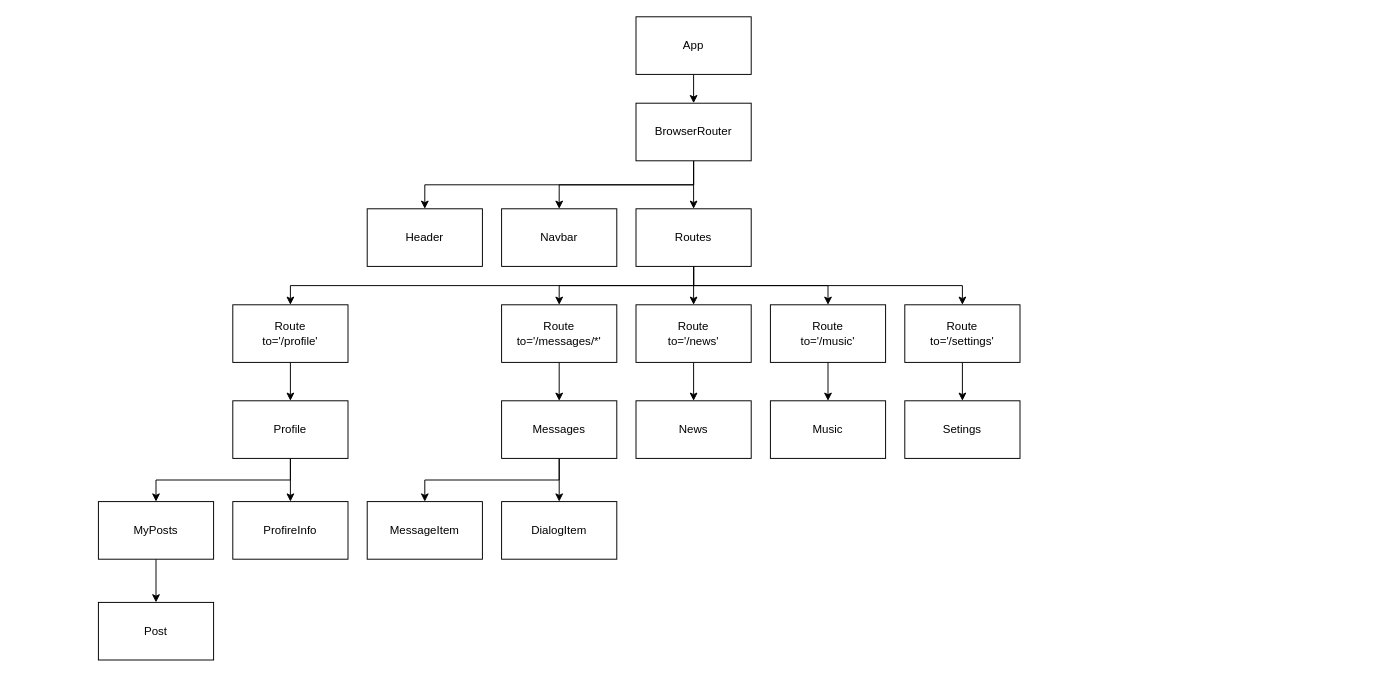
The draw.io diagram Диаграмма без названия.drawio in TMWAG/react_study, before the edit. Source tidied: cells renumbered, new cells numbered last; positions are measured from the earlier drawing's top-left corner, leaving out a move shared by most shapes. Both pictures are drawn from the tidied source at 96%, with x=0, y=0 at pixel (98, 16).
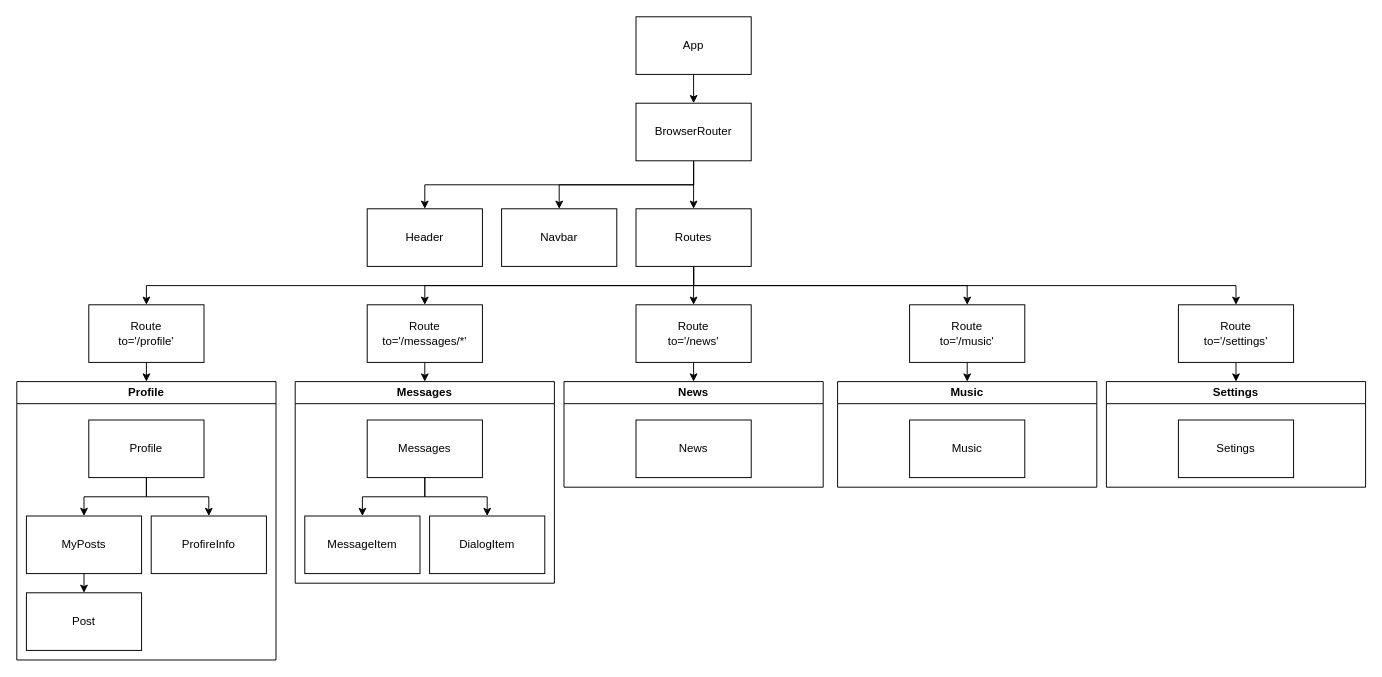
The same diagram, later.

The change refers to these unchanged cells:
```xml
<mxCell id="21" value="&lt;div&gt;Route&lt;/div&gt;&lt;div&gt;to='/news'&lt;br&gt;&lt;/div&gt;" style="rounded=0;whiteSpace=wrap;html=1;" parent="1" vertex="1">
  <mxGeometry x="560" y="300" width="120" height="60" as="geometry" />
</mxCell>
```

Change to the diagram source:
```diff
@@
-    <mxCell id="10" style="edgeStyle=orthogonalEdgeStyle;rounded=0;jettySize=auto;html=1;exitX=0.5;exitY=1;exitDx=0;exitDy=0;entryX=0.5;entryY=0;entryDx=0;entryDy=0;" parent="1" edge="1" source="11" target="28">
-      <mxGeometry relative="1" as="geometry" />
-    </mxCell>
-    <mxCell id="11" value="&lt;div&gt;Route&lt;/div&gt;&lt;div&gt;to='/profile'&lt;br&gt;&lt;/div&gt;" style="rounded=0;whiteSpace=wrap;html=1;" parent="1" vertex="1">
-      <mxGeometry x="140" y="300" width="120" height="60" as="geometry" />
-    </mxCell>
-    <mxCell id="12" style="edgeStyle=orthogonalEdgeStyle;rounded=0;jettySize=auto;html=1;exitX=0.5;exitY=1;exitDx=0;exitDy=0;entryX=0.5;entryY=0;entryDx=0;entryDy=0;" parent="1" edge="1" source="13" target="35">
+    <mxCell id="12" style="edgeStyle=orthogonalEdgeStyle;rounded=0;jettySize=auto;html=1;exitX=0.5;exitY=1;exitDx=0;exitDy=0;entryX=0.5;entryY=0;entryDx=0;entryDy=0;" parent="1" edge="1" source="13" target="42">
       <mxGeometry relative="1" as="geometry" />
     </mxCell>
     <mxCell id="13" value="&lt;div&gt;Route&lt;/div&gt;&lt;div&gt;to='/messages/*'&lt;br&gt;&lt;/div&gt;" style="rounded=0;whiteSpace=wrap;html=1;" parent="1" vertex="1">
-      <mxGeometry x="420" y="300" width="120" height="60" as="geometry" />
+      <mxGeometry x="280" y="300" width="120" height="60" as="geometry" />
     </mxCell>
@@
-    <mxCell id="20" style="edgeStyle=orthogonalEdgeStyle;rounded=0;jettySize=auto;html=1;exitX=0.5;exitY=1;exitDx=0;exitDy=0;" parent="1" edge="1" source="21" target="38">
+    <mxCell id="20" style="edgeStyle=orthogonalEdgeStyle;rounded=0;jettySize=auto;html=1;exitX=0.5;exitY=1;exitDx=0;exitDy=0;entryX=0.5;entryY=0;entryDx=0;entryDy=0;" parent="1" edge="1" source="21" target="43">
       <mxGeometry relative="1" as="geometry" />
     </mxCell>
@@
-    <mxCell id="22" style="edgeStyle=orthogonalEdgeStyle;rounded=0;jettySize=auto;html=1;exitX=0.5;exitY=1;exitDx=0;exitDy=0;entryX=0.5;entryY=0;entryDx=0;entryDy=0;" parent="1" edge="1" source="23" target="39">
+    <mxCell id="22" style="edgeStyle=orthogonalEdgeStyle;rounded=0;jettySize=auto;html=1;exitX=0.5;exitY=1;exitDx=0;exitDy=0;entryX=0.5;entryY=0;entryDx=0;entryDy=0;" parent="1" edge="1" source="23" target="45">
       <mxGeometry relative="1" as="geometry" />
     </mxCell>
     <mxCell id="23" value="&lt;div&gt;Route&lt;/div&gt;&lt;div&gt;to='/music'&lt;br&gt;&lt;/div&gt;" style="rounded=0;whiteSpace=wrap;html=1;" parent="1" vertex="1">
-      <mxGeometry x="700" y="300" width="120" height="60" as="geometry" />
+      <mxGeometry x="845" y="300" width="120" height="60" as="geometry" />
     </mxCell>
-    <mxCell id="24" style="edgeStyle=orthogonalEdgeStyle;rounded=0;jettySize=auto;html=1;exitX=0.5;exitY=1;exitDx=0;exitDy=0;entryX=0.5;entryY=0;entryDx=0;entryDy=0;" parent="1" edge="1" source="25" target="40">
+    <mxCell id="24" style="edgeStyle=orthogonalEdgeStyle;rounded=0;jettySize=auto;html=1;exitX=0.5;exitY=1;exitDx=0;exitDy=0;entryX=0.5;entryY=0;entryDx=0;entryDy=0;" parent="1" edge="1" source="25" target="44">
       <mxGeometry relative="1" as="geometry" />
     </mxCell>
     <mxCell id="25" value="&lt;div&gt;Route&lt;/div&gt;&lt;div&gt;to='/settings'&lt;br&gt;&lt;/div&gt;" style="rounded=0;whiteSpace=wrap;html=1;" parent="1" vertex="1">
-      <mxGeometry x="840" y="300" width="120" height="60" as="geometry" />
+      <mxGeometry x="1125" y="300" width="120" height="60" as="geometry" />
     </mxCell>
-    <mxCell id="26" style="edgeStyle=orthogonalEdgeStyle;rounded=0;jettySize=auto;html=1;exitX=0.5;exitY=1;exitDx=0;exitDy=0;entryX=0.5;entryY=0;entryDx=0;entryDy=0;" parent="1" edge="1" source="28" target="29">
-      <mxGeometry relative="1" as="geometry" />
-    </mxCell>
-    <mxCell id="27" style="edgeStyle=orthogonalEdgeStyle;rounded=0;jettySize=auto;html=1;exitX=0.5;exitY=1;exitDx=0;exitDy=0;entryX=0.5;entryY=0;entryDx=0;entryDy=0;" parent="1" edge="1" source="28" target="31">
-      <mxGeometry relative="1" as="geometry" />
-    </mxCell>
+    <mxCell id="41" value="Profile" style="swimlane;whiteSpace=wrap;html=1;" parent="1" vertex="1">
+      <mxGeometry x="-85" y="380" width="270" height="290" as="geometry" />
+    </mxCell>
-    <mxCell id="28" value="Profile" style="rounded=0;whiteSpace=wrap;html=1;" parent="1" vertex="1">
-      <mxGeometry x="140" y="400" width="120" height="60" as="geometry" />
+    <mxCell id="28" value="Profile" style="rounded=0;whiteSpace=wrap;html=1;" parent="41" vertex="1">
+      <mxGeometry x="75" y="40" width="120" height="60" as="geometry" />
     </mxCell>
-    <mxCell id="29" value="ProfireInfo" style="rounded=0;whiteSpace=wrap;html=1;" parent="1" vertex="1">
-      <mxGeometry x="140" y="505" width="120" height="60" as="geometry" />
+    <mxCell id="29" value="ProfireInfo" style="rounded=0;whiteSpace=wrap;html=1;" parent="41" vertex="1">
+      <mxGeometry x="140" y="140" width="120" height="60" as="geometry" />
     </mxCell>
+    <mxCell id="26" style="edgeStyle=orthogonalEdgeStyle;rounded=0;jettySize=auto;html=1;exitX=0.5;exitY=1;exitDx=0;exitDy=0;entryX=0.5;entryY=0;entryDx=0;entryDy=0;" parent="41" edge="1" source="28" target="29">
+      <mxGeometry relative="1" as="geometry" />
+    </mxCell>
+    <mxCell id="31" value="MyPosts" style="rounded=0;whiteSpace=wrap;html=1;" parent="41" vertex="1">
+      <mxGeometry x="10" y="140" width="120" height="60" as="geometry" />
+    </mxCell>
+    <mxCell id="27" style="edgeStyle=orthogonalEdgeStyle;rounded=0;jettySize=auto;html=1;exitX=0.5;exitY=1;exitDx=0;exitDy=0;entryX=0.5;entryY=0;entryDx=0;entryDy=0;" parent="41" edge="1" source="28" target="31">
+      <mxGeometry relative="1" as="geometry" />
+    </mxCell>
+    <mxCell id="32" value="Post" style="rounded=0;whiteSpace=wrap;html=1;" parent="41" vertex="1">
+      <mxGeometry x="10" y="220" width="120" height="60" as="geometry" />
+    </mxCell>
-    <mxCell id="30" style="edgeStyle=orthogonalEdgeStyle;rounded=0;jettySize=auto;html=1;exitX=0.5;exitY=1;exitDx=0;exitDy=0;entryX=0.5;entryY=0;entryDx=0;entryDy=0;" parent="1" edge="1" source="31" target="32">
+    <mxCell id="30" style="edgeStyle=orthogonalEdgeStyle;rounded=0;jettySize=auto;html=1;exitX=0.5;exitY=1;exitDx=0;exitDy=0;entryX=0.5;entryY=0;entryDx=0;entryDy=0;" parent="41" edge="1" source="31" target="32">
       <mxGeometry relative="1" as="geometry" />
     </mxCell>
-    <mxCell id="31" value="MyPosts" style="rounded=0;whiteSpace=wrap;html=1;" parent="1" vertex="1">
-      <mxGeometry y="505" width="120" height="60" as="geometry" />
-    </mxCell>
-    <mxCell id="32" value="Post" style="rounded=0;whiteSpace=wrap;html=1;" parent="1" vertex="1">
-      <mxGeometry y="610" width="120" height="60" as="geometry" />
-    </mxCell>
+    <mxCell id="11" value="&lt;div&gt;Route&lt;/div&gt;&lt;div&gt;to='/profile'&lt;br&gt;&lt;/div&gt;" style="rounded=0;whiteSpace=wrap;html=1;" parent="1" vertex="1">
+      <mxGeometry x="-10" y="300" width="120" height="60" as="geometry" />
+    </mxCell>
+    <mxCell id="10" style="edgeStyle=orthogonalEdgeStyle;rounded=0;jettySize=auto;html=1;exitX=0.5;exitY=1;exitDx=0;exitDy=0;entryX=0.5;entryY=0;entryDx=0;entryDy=0;" parent="1" edge="1" source="11" target="41">
+      <mxGeometry relative="1" as="geometry" />
+    </mxCell>
+    <mxCell id="42" value="Messages" style="swimlane;whiteSpace=wrap;html=1;startSize=23;" parent="1" vertex="1">
+      <mxGeometry x="205" y="380" width="270" height="210" as="geometry" />
+    </mxCell>
+    <mxCell id="35" value="Messages" style="rounded=0;whiteSpace=wrap;html=1;" parent="42" vertex="1">
+      <mxGeometry x="75" y="40" width="120" height="60" as="geometry" />
+    </mxCell>
+    <mxCell id="37" value="MessageItem" style="rounded=0;whiteSpace=wrap;html=1;" parent="42" vertex="1">
+      <mxGeometry x="10" y="140" width="120" height="60" as="geometry" />
+    </mxCell>
+    <mxCell id="34" style="edgeStyle=orthogonalEdgeStyle;rounded=0;jettySize=auto;html=1;exitX=0.5;exitY=1;exitDx=0;exitDy=0;entryX=0.5;entryY=0;entryDx=0;entryDy=0;" parent="42" edge="1" source="35" target="37">
+      <mxGeometry relative="1" as="geometry" />
+    </mxCell>
+    <mxCell id="36" value="DialogItem" style="rounded=0;whiteSpace=wrap;html=1;" parent="42" vertex="1">
+      <mxGeometry x="140" y="140" width="120" height="60" as="geometry" />
+    </mxCell>
-    <mxCell id="33" style="edgeStyle=orthogonalEdgeStyle;rounded=0;jettySize=auto;html=1;exitX=0.5;exitY=1;exitDx=0;exitDy=0;entryX=0.5;entryY=0;entryDx=0;entryDy=0;" parent="1" edge="1" source="35" target="36">
+    <mxCell id="33" style="edgeStyle=orthogonalEdgeStyle;rounded=0;jettySize=auto;html=1;exitX=0.5;exitY=1;exitDx=0;exitDy=0;entryX=0.5;entryY=0;entryDx=0;entryDy=0;" parent="42" edge="1" source="35" target="36">
       <mxGeometry relative="1" as="geometry" />
     </mxCell>
-    <mxCell id="34" style="edgeStyle=orthogonalEdgeStyle;rounded=0;jettySize=auto;html=1;exitX=0.5;exitY=1;exitDx=0;exitDy=0;entryX=0.5;entryY=0;entryDx=0;entryDy=0;" parent="1" edge="1" source="35" target="37">
-      <mxGeometry relative="1" as="geometry" />
-    </mxCell>
-    <mxCell id="35" value="Messages" style="rounded=0;whiteSpace=wrap;html=1;" parent="1" vertex="1">
-      <mxGeometry x="420" y="400" width="120" height="60" as="geometry" />
-    </mxCell>
-    <mxCell id="36" value="DialogItem" style="rounded=0;whiteSpace=wrap;html=1;" parent="1" vertex="1">
-      <mxGeometry x="420" y="505" width="120" height="60" as="geometry" />
-    </mxCell>
-    <mxCell id="37" value="MessageItem" style="rounded=0;whiteSpace=wrap;html=1;" parent="1" vertex="1">
-      <mxGeometry x="280" y="505" width="120" height="60" as="geometry" />
-    </mxCell>
+    <mxCell id="43" value="News" style="swimlane;whiteSpace=wrap;html=1;" parent="1" vertex="1">
+      <mxGeometry x="485" y="380" width="270" height="110" as="geometry" />
+    </mxCell>
-    <mxCell id="38" value="News" style="rounded=0;whiteSpace=wrap;html=1;" parent="1" vertex="1">
-      <mxGeometry x="560" y="400" width="120" height="60" as="geometry" />
+    <mxCell id="38" value="News" style="rounded=0;whiteSpace=wrap;html=1;" parent="43" vertex="1">
+      <mxGeometry x="75" y="40" width="120" height="60" as="geometry" />
     </mxCell>
+    <mxCell id="44" value="Settings" style="swimlane;whiteSpace=wrap;html=1;" parent="1" vertex="1">
+      <mxGeometry x="1050" y="380" width="270" height="110" as="geometry" />
+    </mxCell>
+    <mxCell id="40" value="Setings" style="rounded=0;whiteSpace=wrap;html=1;" parent="44" vertex="1">
+      <mxGeometry x="75" y="40" width="120" height="60" as="geometry" />
+    </mxCell>
+    <mxCell id="45" value="Music" style="swimlane;whiteSpace=wrap;html=1;" parent="1" vertex="1">
+      <mxGeometry x="770" y="380" width="270" height="110" as="geometry" />
+    </mxCell>
-    <mxCell id="39" value="Music" style="rounded=0;whiteSpace=wrap;html=1;" parent="1" vertex="1">
-      <mxGeometry x="700" y="400" width="120" height="60" as="geometry" />
+    <mxCell id="39" value="Music" style="rounded=0;whiteSpace=wrap;html=1;" parent="45" vertex="1">
+      <mxGeometry x="75" y="40" width="120" height="60" as="geometry" />
     </mxCell>
-    <mxCell id="40" value="Setings" style="rounded=0;whiteSpace=wrap;html=1;" parent="1" vertex="1">
-      <mxGeometry x="840" y="400" width="120" height="60" as="geometry" />
-    </mxCell>
```
